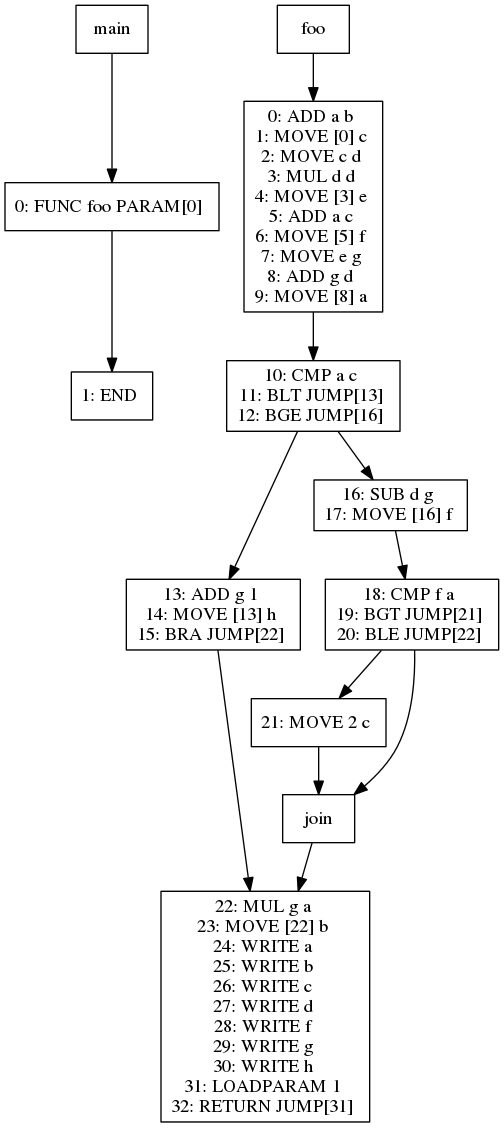
The Graphviz diagram viz/test018.dot.png in jiahanwang/PL241-Compiler, before a commit. Its source is kept beside it as viz/test018.dot.
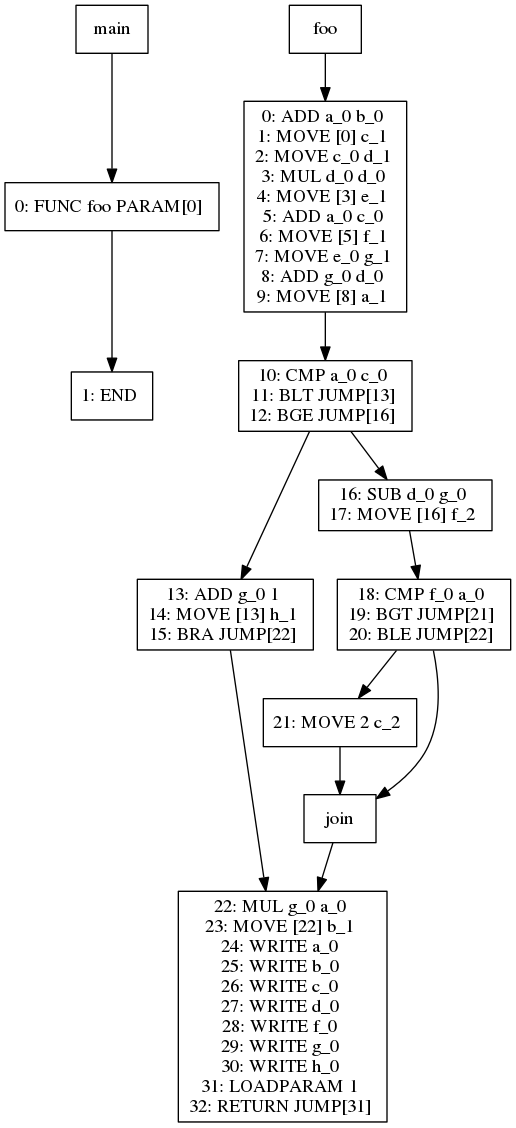
The same diagram one commit later.

Change to the diagram source:
```diff
@@ -1,62 +1,62 @@
 digraph test018 {
 node [shape=box]
-340[label="main"]
-340 -> 364
-364[label="0: FUNC foo PARAM[0]
+1[label="main"]
+1 -> 25
+25[label="0: FUNC foo PARAM[0]
 "]
-364 -> 365
-365[label="1: END
+25 -> 26
+26[label="1: END
 "]
-341[label="foo"]
-341 -> 343
-343[label="0: ADD a b
-1: MOVE [0] c
-2: MOVE c d
-3: MUL d d
-4: MOVE [3] e
-5: ADD a c
-6: MOVE [5] f
-7: MOVE e g
-8: ADD g d
-9: MOVE [8] a
+2[label="foo"]
+2 -> 4
+4[label="0: ADD a_0 b_0
+1: MOVE [0] c_1
+2: MOVE c_0 d_1
+3: MUL d_0 d_0
+4: MOVE [3] e_1
+5: ADD a_0 c_0
+6: MOVE [5] f_1
+7: MOVE e_0 g_1
+8: ADD g_0 d_0
+9: MOVE [8] a_1
 "]
-343 -> 349
-349[label="10: CMP a c
+4 -> 10
+10[label="10: CMP a_0 c_0
 11: BLT JUMP[13]
 12: BGE JUMP[16]
 "]
-349 -> 351
-351[label="13: ADD g 1
-14: MOVE [13] h
+10 -> 12
+12[label="13: ADD g_0 1
+14: MOVE [13] h_1
 15: BRA JUMP[22]
 "]
-351 -> 350
-350[label="22: MUL g a
-23: MOVE [22] b
-24: WRITE a
-25: WRITE b
-26: WRITE c
-27: WRITE d
-28: WRITE f
-29: WRITE g
-30: WRITE h
+12 -> 11
+11[label="22: MUL g_0 a_0
+23: MOVE [22] b_1
+24: WRITE a_0
+25: WRITE b_0
+26: WRITE c_0
+27: WRITE d_0
+28: WRITE f_0
+29: WRITE g_0
+30: WRITE h_0
 31: LOADPARAM 1
 32: RETURN JUMP[31]
 "]
-349 -> 352
-352[label="16: SUB d g
-17: MOVE [16] f
+10 -> 13
+13[label="16: SUB d_0 g_0
+17: MOVE [16] f_2
 "]
-352 -> 353
-353[label="18: CMP f a
+13 -> 14
+14[label="18: CMP f_0 a_0
 19: BGT JUMP[21]
 20: BLE JUMP[22]
 "]
-353 -> 355
-355[label="21: MOVE 2 c
+14 -> 16
+16[label="21: MOVE 2 c_2
 "]
-355 -> 354
-354[label="join"]
-354 -> 350
-353 -> 354
+16 -> 15
+15[label="join"]
+15 -> 11
+14 -> 15
 }
```
